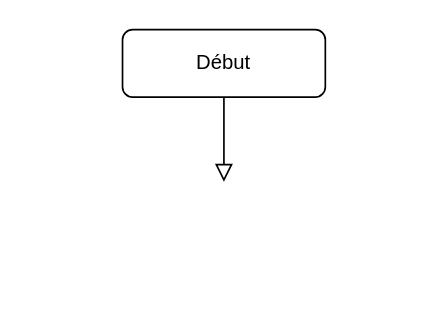
Before: Graphiques/Fonctions/ScriptInit.drawio in DimitriObeid/Linux-reinstall, a draw.io diagram. Source tidied: cells renumbered, new cells numbered last; positions are measured from the earlier drawing's top-left corner, leaving out a move shared by most shapes. Both pictures are drawn from the tidied source at 169%, with x=0, y=0 at pixel (122, 29).
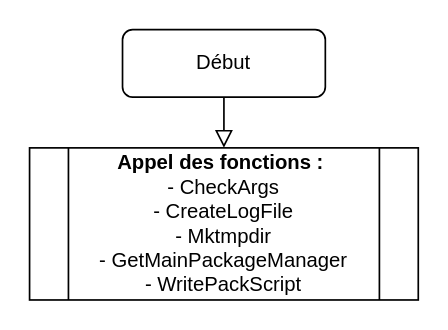
The same diagram, later.

Commit message (it also covers changes not shown here):
Push avant de partir

What changed in the source:
```diff
@@
 <mxGraphModel>
   <root>
     <mxCell id="0" />
     <mxCell id="1" parent="0" />
-    <mxCell id="2" style="rounded=0;html=1;jettySize=auto;fontSize=11;endArrow=block;endFill=0;endSize=8;strokeWidth=1;shadow=0;labelBackgroundColor=none;edgeStyle=orthogonalEdgeStyle;" parent="1" edge="1" source="3">
-      <mxGeometry relative="1" as="geometry">
-        <mxPoint x="60" y="90" as="targetPoint" />
-      </mxGeometry>
+    <mxCell id="2" style="rounded=0;html=1;jettySize=auto;fontSize=11;endArrow=block;endFill=0;endSize=8;strokeWidth=1;shadow=0;labelBackgroundColor=none;edgeStyle=orthogonalEdgeStyle;entryX=0.5;entryY=0;entryDx=0;entryDy=0;" parent="1" edge="1" source="3" target="4">
+      <mxGeometry relative="1" as="geometry" />
     </mxCell>
     <mxCell id="3" value="Début" style="rounded=1;whiteSpace=wrap;html=1;fontSize=12;glass=0;strokeWidth=1;shadow=0;" parent="1" vertex="1">
       <mxGeometry width="120" height="40" as="geometry" />
     </mxCell>
+    <mxCell id="4" value="&lt;b&gt;Appel des fonctions :&amp;nbsp;&lt;br&gt;&lt;/b&gt;- CheckArgs&lt;br&gt;- CreateLogFile&lt;br&gt;- Mktmpdir&lt;br&gt;- GetMainPackageManager&lt;br&gt;- WritePackScript" style="shape=process;whiteSpace=wrap;html=1;backgroundOutline=1;" parent="1" vertex="1">
+      <mxGeometry x="-55" y="70" width="230" height="90" as="geometry" />
+    </mxCell>
   </root>
 </mxGraphModel>
```
